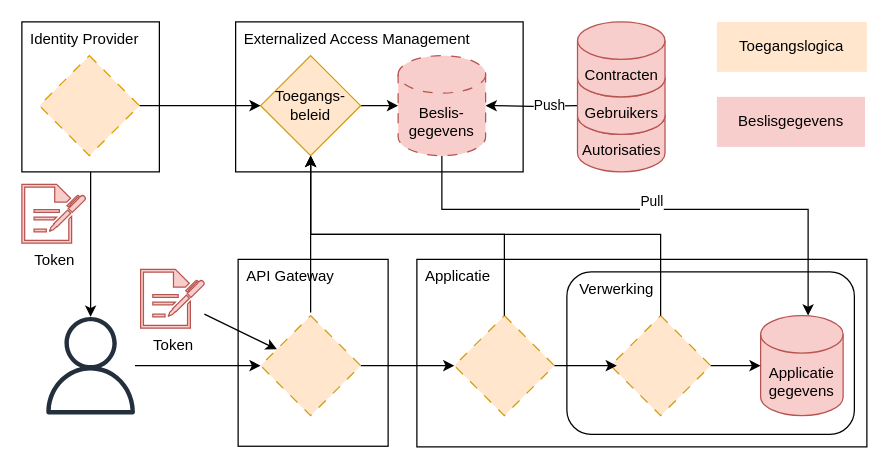
This is page "nieuwe_situatie" (2 of 6) of Architectuur.drawio from VNG-Realisatie/ftv, a draw.io file, before an edit. Source tidied: cells renumbered, new cells numbered last; positions are measured from the earlier drawing's top-left corner, leaving out a move shared by most shapes. Both pictures are drawn from the tidied source at 125%, with x=0, y=0 at pixel (21, 21).
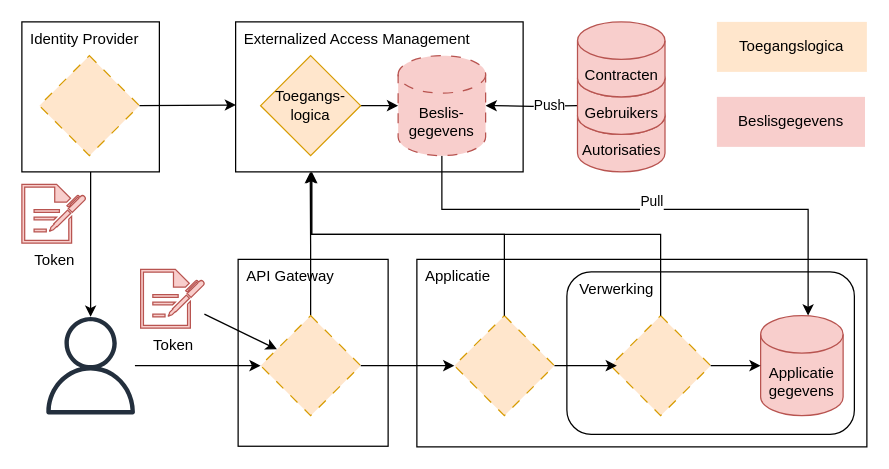
Above is the later version.

The change refers to these unchanged cells:
```xml
<mxCell id="5" style="rhombus;whiteSpace=wrap;html=1;fillColor=#ffe6cc;strokeColor=#d79b00;dashed=1;dashPattern=8 8;" parent="1" vertex="1">
  <mxGeometry x="471" y="235" width="80" height="80" as="geometry" />
</mxCell>
<mxCell id="13" style="rhombus;whiteSpace=wrap;html=1;fillColor=#ffe6cc;strokeColor=#d79b00;dashed=1;dashPattern=8 8;" parent="1" vertex="1">
  <mxGeometry x="191" y="235" width="80" height="80" as="geometry" />
</mxCell>
<mxCell id="27" style="rhombus;whiteSpace=wrap;html=1;fillColor=#ffe6cc;strokeColor=#d79b00;dashed=1;dashPattern=8 8;" parent="1" vertex="1">
  <mxGeometry x="346" y="235" width="80" height="80" as="geometry" />
</mxCell>
<mxCell id="31" style="rhombus;whiteSpace=wrap;html=1;fillColor=#ffe6cc;strokeColor=#d79b00;dashed=1;dashPattern=8 8;" parent="1" vertex="1">
  <mxGeometry x="14" y="27" width="80" height="80" as="geometry" />
</mxCell>
```

What changed in the source:
```diff
@@
+    <mxCell id="37" style="edgeStyle=orthogonalEdgeStyle;rounded=0;jettySize=auto;html=1;exitX=0.5;exitY=0;exitDx=0;exitDy=0;" parent="1" edge="1" source="13">
+      <mxGeometry relative="1" as="geometry">
+        <mxPoint x="230.7" y="120" as="targetPoint" />
+      </mxGeometry>
+    </mxCell>
@@
-    <mxCell id="29" value="Toegangs-beleid" style="rhombus;whiteSpace=wrap;html=1;fillColor=#ffe6cc;strokeColor=#d79b00;" parent="1" vertex="1">
+    <mxCell id="29" value="Toegangs-logica" style="rhombus;whiteSpace=wrap;html=1;fillColor=#ffe6cc;strokeColor=#d79b00;" parent="1" vertex="1">
       <mxGeometry x="191" y="27" width="80" height="80" as="geometry" />
     </mxCell>
-    <mxCell id="30" style="edgeStyle=orthogonalEdgeStyle;rounded=0;jettySize=auto;html=1;" parent="1" edge="1" source="31" target="29">
-      <mxGeometry relative="1" as="geometry" />
+    <mxCell id="30" style="edgeStyle=orthogonalEdgeStyle;rounded=0;jettySize=auto;html=1;entryX=0.01;entryY=0.554;entryDx=0;entryDy=0;entryPerimeter=0;exitX=1;exitY=0.5;exitDx=0;exitDy=0;" parent="1" edge="1" source="31">
+      <mxGeometry relative="1" as="geometry">
+        <mxPoint x="171.3" y="66.5" as="targetPoint" />
+      </mxGeometry>
     </mxCell>
@@
-    <mxCell id="32" style="rounded=0;jettySize=auto;html=1;edgeStyle=elbowEdgeStyle;elbow=vertical;" parent="1" edge="1" source="27" target="29">
+    <mxCell id="32" style="rounded=0;jettySize=auto;html=1;edgeStyle=elbowEdgeStyle;elbow=vertical;exitX=0.5;exitY=0;exitDx=0;exitDy=0;" parent="1" edge="1" source="27">
       <mxGeometry relative="1" as="geometry">
+        <mxPoint x="232" y="120" as="targetPoint" />
         <Array as="points">
-          <mxPoint x="306" y="170" />
+          <mxPoint x="307" y="170" />
         </Array>
       </mxGeometry>
     </mxCell>
@@
-    <mxCell id="34" style="rounded=0;jettySize=auto;html=1;edgeStyle=elbowEdgeStyle;elbow=vertical;" parent="1" edge="1" source="5" target="29">
+    <mxCell id="34" style="rounded=0;orthogonalLoop=1;jettySize=auto;html=1;edgeStyle=elbowEdgeStyle;elbow=vertical;entryX=0.25;entryY=1;entryDx=0;entryDy=0;exitX=0.5;exitY=0;exitDx=0;exitDy=0;" parent="1" edge="1">
       <mxGeometry relative="1" as="geometry">
+        <mxPoint x="511" y="235" as="sourcePoint" />
+        <mxPoint x="231.5" y="120" as="targetPoint" />
         <Array as="points">
-          <mxPoint x="346" y="170" />
+          <mxPoint x="349" y="170" />
         </Array>
       </mxGeometry>
     </mxCell>
@@
-    <mxCell id="36" style="rounded=0;jettySize=auto;html=1;edgeStyle=elbowEdgeStyle;elbow=vertical;entryX=0.5;entryY=1;entryDx=0;entryDy=0;" parent="1" edge="1" target="29">
-      <mxGeometry relative="1" as="geometry">
-        <mxPoint x="231" y="232.5" as="sourcePoint" />
-        <Array as="points">
-          <mxPoint x="186" y="170" />
-        </Array>
-      </mxGeometry>
-    </mxCell>
```
